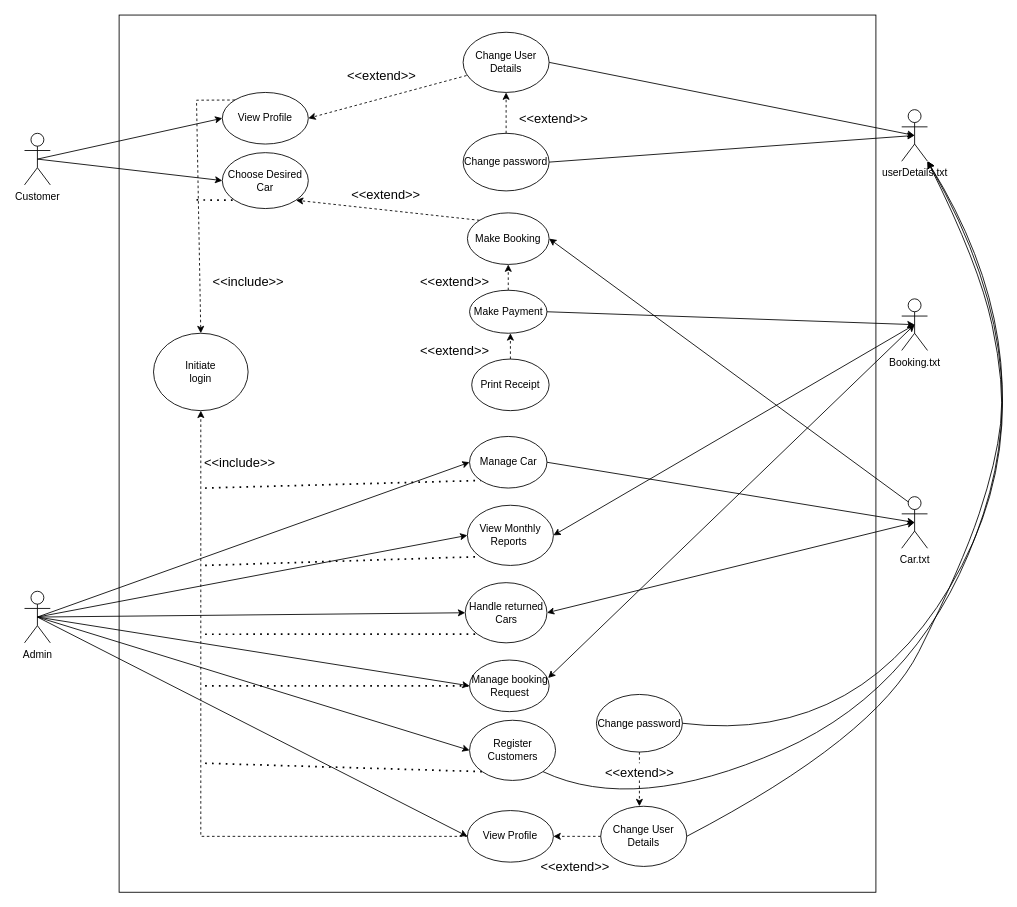
The draw.io diagram Use Case Diagram H.drawio in theblurone0329/Car_Rental_System, before the edit. Source tidied: cells renumbered, new cells numbered last; positions are measured from the earlier drawing's top-left corner, leaving out a move shared by most shapes. Both pictures are drawn from the tidied source at 86%, with x=0, y=0 at pixel (24, 15).
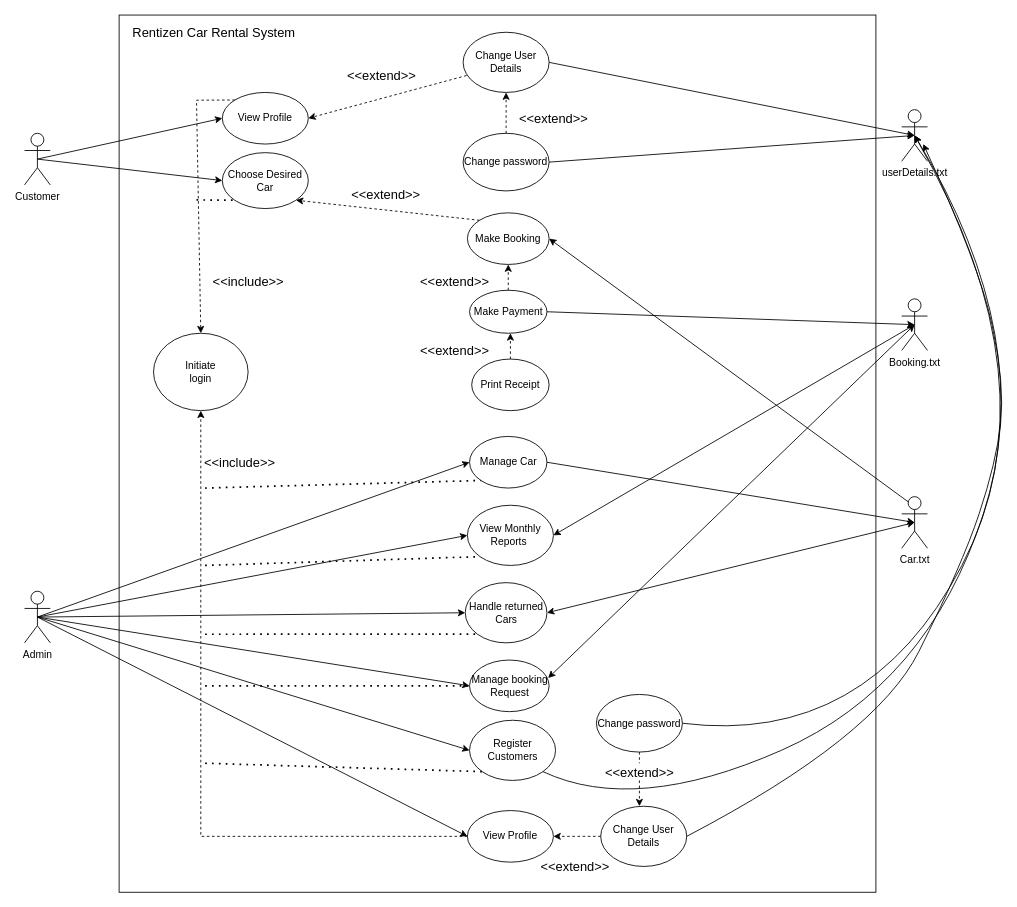
After the change.

Unchanged cells that the change refers to:
```xml
<mxCell id="5" value="userDetails.txt" style="shape=umlActor;verticalLabelPosition=bottom;verticalAlign=top;html=1;outlineConnect=0;" parent="1" vertex="1">
  <mxGeometry x="1020" y="110" width="30" height="60" as="geometry" />
</mxCell>
<mxCell id="23" value="Register Customers" style="ellipse;whiteSpace=wrap;html=1;" parent="1" vertex="1">
  <mxGeometry x="517.5" y="820" width="100" height="70" as="geometry" />
</mxCell>
<mxCell id="38" value="Change User Details" style="ellipse;whiteSpace=wrap;html=1;" parent="1" vertex="1">
  <mxGeometry x="670" y="920" width="100" height="70" as="geometry" />
</mxCell>
<mxCell id="39" value="Change password" style="ellipse;whiteSpace=wrap;html=1;" parent="1" vertex="1">
  <mxGeometry x="665" y="790" width="100" height="67" as="geometry" />
</mxCell>
```

What changed in the source:
```diff
@@
-    <mxCell id="30" style="curved=1;endArrow=classic;html=1;rounded=0;exitX=1;exitY=1;exitDx=0;exitDy=0;entryX=1;entryY=1;entryDx=0;entryDy=0;entryPerimeter=0;" parent="1" edge="1" source="23" target="5">
+    <mxCell id="30" style="curved=1;endArrow=classic;html=1;rounded=0;exitX=1;exitY=1;exitDx=0;exitDy=0;entryX=0.5;entryY=0.5;entryDx=0;entryDy=0;entryPerimeter=0;" parent="1" edge="1" source="23" target="5">
       <mxGeometry relative="1" as="geometry">
         <Array as="points">
           <mxPoint x="710" y="930" />
           <mxPoint x="1050" y="780" />
           <mxPoint x="1180" y="380" />
         </Array>
       </mxGeometry>
     </mxCell>
@@
-    <mxCell id="63" style="endArrow=classic;html=1;exitX=1;exitY=0.5;exitDx=0;exitDy=0;curved=1;entryX=1;entryY=1;entryDx=0;entryDy=0;entryPerimeter=0;" parent="1" edge="1" source="39" target="5">
+    <mxCell id="63" style="endArrow=classic;html=1;exitX=1;exitY=0.5;exitDx=0;exitDy=0;curved=1;entryX=0.5;entryY=0.5;entryDx=0;entryDy=0;entryPerimeter=0;" parent="1" edge="1" source="39" target="5">
       <mxGeometry relative="1" as="geometry">
         <Array as="points">
           <mxPoint x="980" y="850" />
           <mxPoint x="1200" y="430" />
         </Array>
       </mxGeometry>
     </mxCell>
-    <mxCell id="64" style="endArrow=classic;html=1;exitX=1;exitY=0.5;exitDx=0;exitDy=0;curved=1;entryX=1;entryY=1;entryDx=0;entryDy=0;entryPerimeter=0;" parent="1" edge="1" source="38" target="5">
+    <mxCell id="64" style="endArrow=classic;html=1;exitX=1;exitY=0.5;exitDx=0;exitDy=0;curved=1;entryX=0.5;entryY=0.5;entryDx=0;entryDy=0;entryPerimeter=0;" parent="1" edge="1" source="38">
       <mxGeometry relative="1" as="geometry">
+        <mxPoint x="1045" y="150" as="targetPoint" />
         <Array as="points">
           <mxPoint x="990" y="840" />
           <mxPoint x="1090" y="640" />
           <mxPoint x="1130" y="520" />
           <mxPoint x="1140" y="430" />
           <mxPoint x="1110" y="290" />
         </Array>
       </mxGeometry>
     </mxCell>
@@
+    <mxCell id="68" value="&lt;font style=&quot;font-size: 15px&quot;&gt;Rentizen Car Rental System&lt;/font&gt;" style="text;html=1;align=center;verticalAlign=middle;strokeColor=none;fillColor=none;" parent="1" vertex="1">
+      <mxGeometry x="120" y="10" width="200" height="20" as="geometry" />
+    </mxCell>
```
